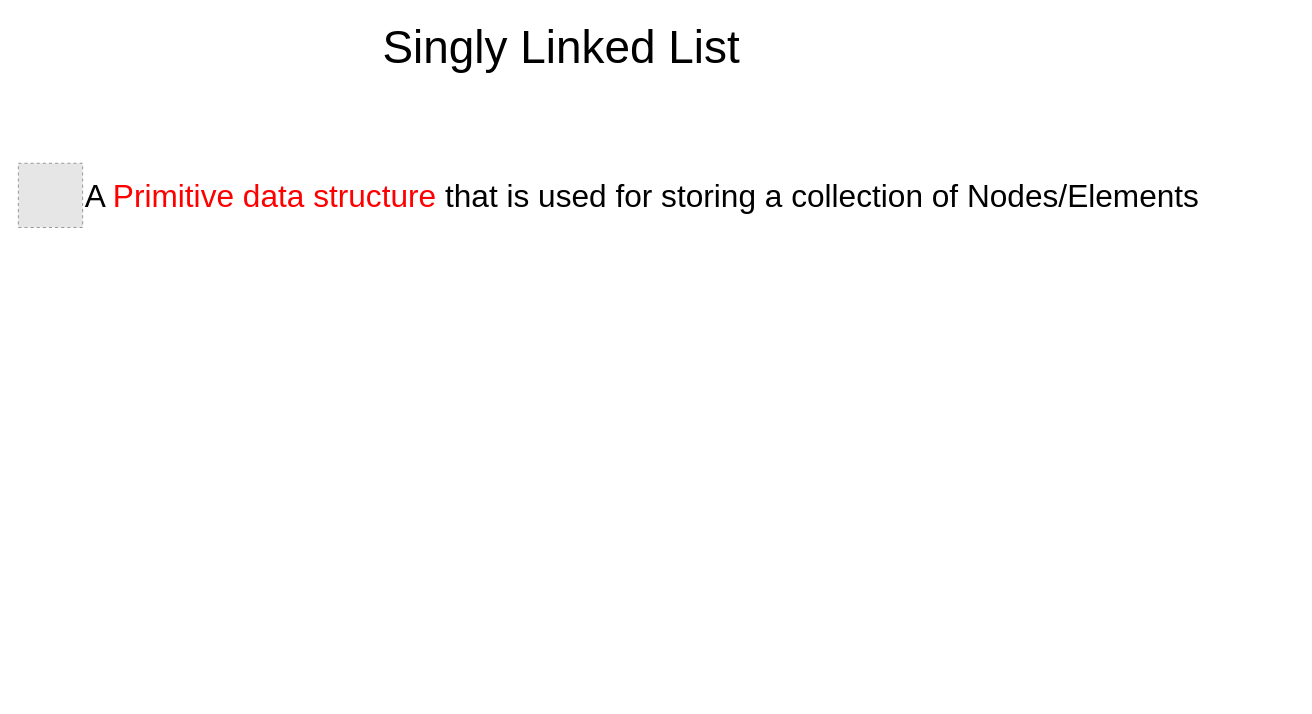
Before: SLL.drawio in codingXllama/Datastructures-Tutorial, a draw.io diagram. Source tidied: cells renumbered, new cells numbered last; positions are measured from the earlier drawing's top-left corner, leaving out a move shared by most shapes. Both pictures are drawn from the tidied source at 102%, with x=0, y=0 at pixel (18, 17). Pictures stored in the file or linked from it are replaced by grey dashed boxes.
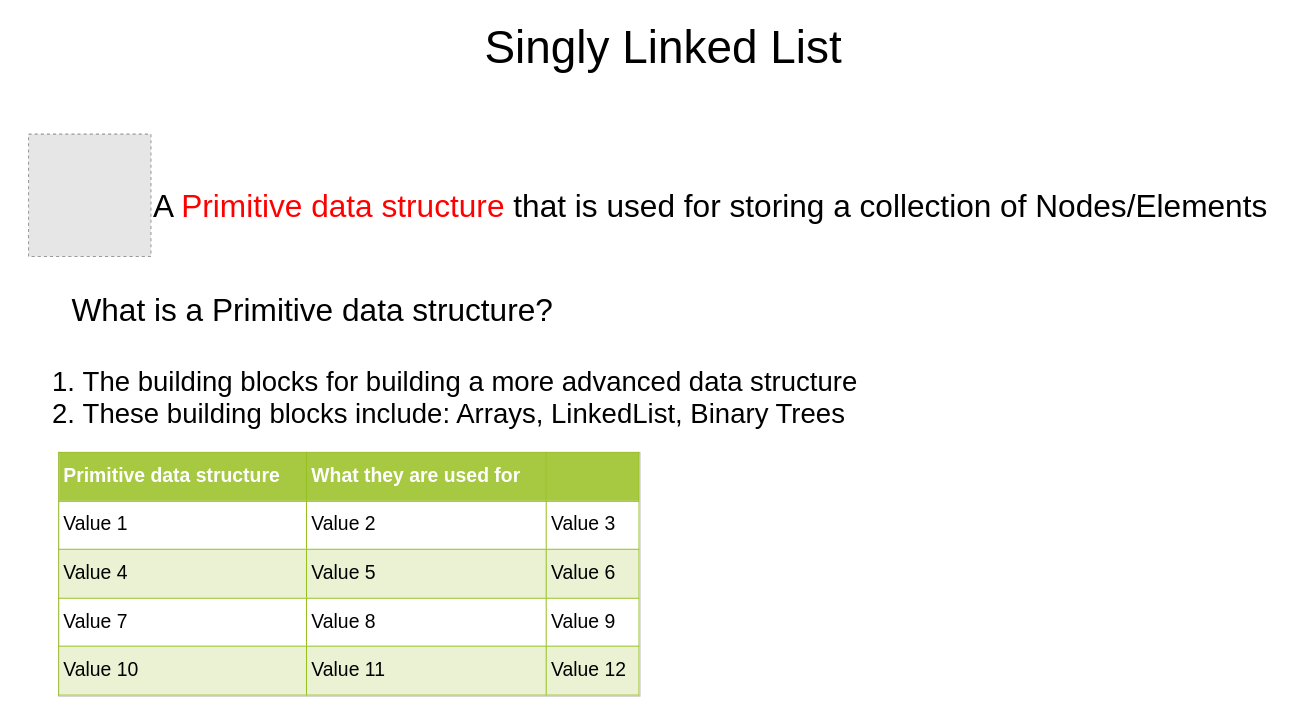
The same page after the edit.

Change to the diagram source:
```diff
@@
 <mxGraphModel>
   <root>
     <mxCell id="0" />
     <mxCell id="1" parent="0" />
     <mxCell id="2" value="&lt;font style=&quot;font-size: 45px&quot;&gt;Singly Linked List&lt;/font&gt;" style="text;html=1;align=left;verticalAlign=top;spacingTop=-4;" parent="1" vertex="1">
-      <mxGeometry x="355" y="-0.5" width="360" height="25" as="geometry" />
+      <mxGeometry x="455" y="-0.5" width="360" height="25" as="geometry" />
     </mxCell>
-    <mxCell id="3" style="fillColor=#E6E6E6;strokeColor=#999999;dashed=1;html=1;verticalAlign=top;verticalLabelPosition=bottom;labelBackgroundColor=#ffffff;" parent="1" vertex="1">
-      <mxGeometry x="-0.5" y="142.5" width="63" height="63" as="geometry" />
-    </mxCell>
     <mxCell id="4" value="&lt;font style=&quot;font-size: 31px&quot;&gt;A &lt;font color=&quot;#ff0000&quot;&gt;Primitive data structure&lt;/font&gt; that is used for storing a collection of Nodes/Elements&amp;nbsp;&amp;nbsp;&lt;/font&gt;" style="text;html=1;align=left;verticalAlign=top;spacingTop=-4;" parent="1" vertex="1">
-      <mxGeometry x="62.5" y="154" width="1121" height="20" as="geometry" />
+      <mxGeometry x="129.5" y="164" width="1121" height="20" as="geometry" />
     </mxCell>
+    <mxCell id="5" style="fillColor=#E6E6E6;strokeColor=#999999;dashed=1;verticalLabelPosition=bottom;labelBackgroundColor=#ffffff;verticalAlign=top;" parent="1" vertex="1">
+      <mxGeometry x="9.5" y="114" width="120" height="120" as="geometry" />
+    </mxCell>
+    <mxCell id="6" value="&lt;span style=&quot;font-size: 31px&quot;&gt;What is a Primitive data structure?&lt;/span&gt;&lt;br&gt;" style="text;html=1;align=left;verticalAlign=top;spacingTop=-4;" parent="1" vertex="1">
+      <mxGeometry x="49.5" y="265.5" width="482" height="20" as="geometry" />
+    </mxCell>
+    <mxCell id="7" value="&lt;ol style=&quot;font-size: 27px&quot;&gt;&lt;li&gt;&lt;span&gt;The building blocks for building a more advanced data structure&lt;/span&gt;&lt;/li&gt;&lt;li&gt;&lt;span&gt;These building blocks include: Arrays, LinkedList, Binary Trees&lt;/span&gt;&lt;/li&gt;&lt;/ol&gt;" style="text;html=1;align=left;verticalAlign=top;spacingTop=-4;" parent="1" vertex="1">
+      <mxGeometry x="21" y="311" width="809" height="82" as="geometry" />
+    </mxCell>
+    <mxCell id="8" value="&lt;table border=&quot;1&quot; width=&quot;100%&quot; cellpadding=&quot;4&quot; style=&quot;width: 100% ; height: 100% ; border-collapse: collapse ; font-size: 19px&quot;&gt;&lt;tbody&gt;&lt;tr style=&quot;background-color: #a7c942 ; color: #ffffff ; border: 1px solid #98bf21&quot;&gt;&lt;th align=&quot;left&quot;&gt;Primitive data structure&lt;/th&gt;&lt;th align=&quot;left&quot;&gt;What they are used for&lt;/th&gt;&lt;th align=&quot;left&quot;&gt;&lt;/th&gt;&lt;/tr&gt;&lt;tr style=&quot;border: 1px solid #98bf21&quot;&gt;&lt;td&gt;Value 1&lt;/td&gt;&lt;td&gt;Value 2&lt;/td&gt;&lt;td&gt;Value 3&lt;/td&gt;&lt;/tr&gt;&lt;tr style=&quot;background-color: #eaf2d3 ; border: 1px solid #98bf21&quot;&gt;&lt;td&gt;Value 4&lt;/td&gt;&lt;td&gt;Value 5&lt;/td&gt;&lt;td&gt;Value 6&lt;/td&gt;&lt;/tr&gt;&lt;tr style=&quot;border: 1px solid #98bf21&quot;&gt;&lt;td&gt;Value 7&lt;/td&gt;&lt;td&gt;Value 8&lt;/td&gt;&lt;td&gt;Value 9&lt;/td&gt;&lt;/tr&gt;&lt;tr style=&quot;background-color: #eaf2d3 ; border: 1px solid #98bf21&quot;&gt;&lt;td&gt;Value 10&lt;/td&gt;&lt;td&gt;Value 11&lt;/td&gt;&lt;td&gt;Value 12&lt;/td&gt;&lt;/tr&gt;&lt;/tbody&gt;&lt;/table&gt;" style="text;html=1;strokeColor=#c0c0c0;fillColor=#ffffff;overflow=fill;rounded=0;" parent="1" vertex="1">
+      <mxGeometry x="39" y="426" width="570" height="239" as="geometry" />
+    </mxCell>
   </root>
 </mxGraphModel>
```
